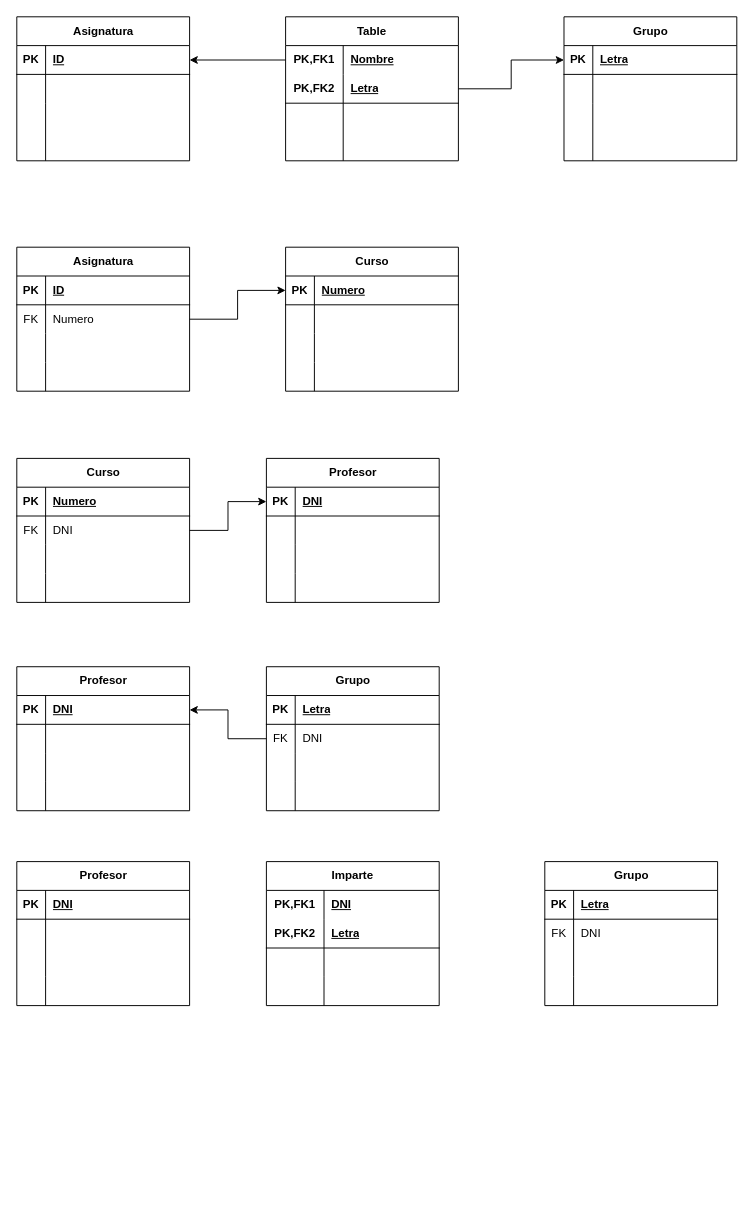
This is Unidad_1/Tareas/Tareas_entregables/Docente (MR-2)/Diagrama sin título.drawio from OxideVanadium/base_de_datos, a draw.io file, before an edit. Source tidied: cells renumbered, new cells numbered last; positions are measured from the earlier drawing's top-left corner, leaving out a move shared by most shapes. Both pictures are drawn from the tidied source at 96%, with x=0, y=0 at pixel (16, 16).
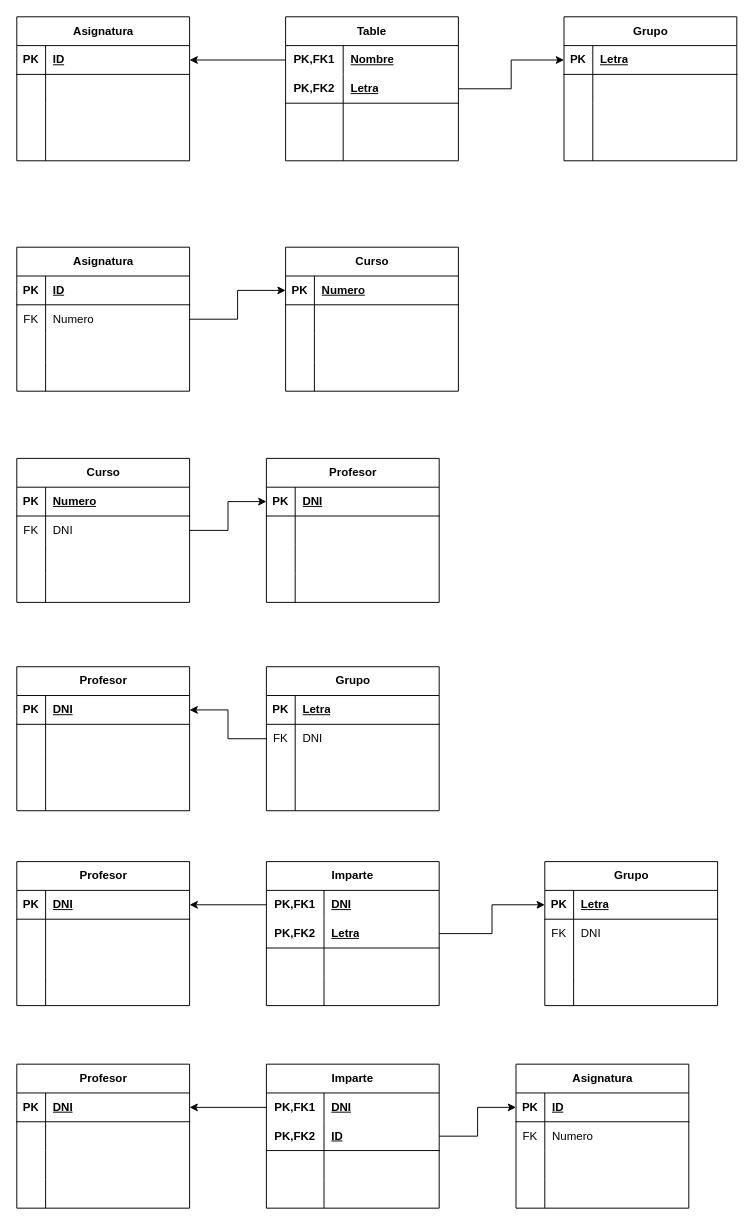
After the change.

Unchanged cells that the change refers to:
```xml
<mxCell id="125" style="shape=tableRow;horizontal=0;startSize=0;swimlaneHead=0;swimlaneBody=0;fillColor=none;points=[[0,0.5],[1,0.5]];portConstraint=eastwest;top=0;left=0;right=0;bottom=1;" parent="124" vertex="1">
  <mxGeometry y="30" width="180" height="30" as="geometry" />
</mxCell>
<mxCell id="138" style="shape=tableRow;horizontal=0;startSize=0;swimlaneHead=0;swimlaneBody=0;fillColor=none;points=[[0,0.5],[1,0.5]];portConstraint=eastwest;top=0;left=0;right=0;bottom=1;" parent="137" vertex="1">
  <mxGeometry y="30" width="180" height="30" as="geometry" />
</mxCell>
<mxCell id="150" value="Imparte" style="shape=table;startSize=30;childLayout=tableLayout;rowLines=0;fontStyle=1;align=center;html=1;whiteSpace=wrap;" parent="1" vertex="1">
  <mxGeometry x="260" y="880" width="180" height="150" as="geometry" />
</mxCell>
<mxCell id="151" style="shape=tableRow;horizontal=0;startSize=0;swimlaneHead=0;swimlaneBody=0;fillColor=none;points=[[0,0.5],[1,0.5]];portConstraint=eastwest;top=0;left=0;right=0;bottom=0;html=1;" parent="150" vertex="1">
  <mxGeometry y="30" width="180" height="30" as="geometry" />
</mxCell>
```

Change to the diagram source:
```diff
@@
+    <mxCell id="163" style="edgeStyle=orthogonalEdgeStyle;rounded=0;jettySize=auto;html=1;entryX=0;entryY=0.5;entryDx=0;entryDy=0;" parent="1" edge="1" source="150" target="138">
+      <mxGeometry relative="1" as="geometry" />
+    </mxCell>
@@
+    <mxCell id="164" style="edgeStyle=orthogonalEdgeStyle;rounded=0;jettySize=auto;html=1;entryX=1;entryY=0.5;entryDx=0;entryDy=0;" parent="1" edge="1" source="151" target="125">
+      <mxGeometry relative="1" as="geometry" />
+    </mxCell>
+    <mxCell id="165" value="Profesor" style="shape=table;startSize=30;childLayout=tableLayout;rowLines=0;fontStyle=1;align=center;html=1;" parent="1" vertex="1">
+      <mxGeometry y="1091" width="180" height="150" as="geometry" />
+    </mxCell>
+    <mxCell id="166" style="shape=tableRow;horizontal=0;startSize=0;swimlaneHead=0;swimlaneBody=0;fillColor=none;points=[[0,0.5],[1,0.5]];portConstraint=eastwest;top=0;left=0;right=0;bottom=1;" parent="165" vertex="1">
+      <mxGeometry y="30" width="180" height="30" as="geometry" />
+    </mxCell>
+    <mxCell id="167" value="PK" style="shape=partialRectangle;fillColor=none;top=0;left=0;bottom=0;right=0;fontStyle=1;overflow=hidden;whiteSpace=wrap;html=1;" parent="166" vertex="1">
+      <mxGeometry width="30" height="30" as="geometry" />
+    </mxCell>
+    <mxCell id="168" value="DNI" style="shape=partialRectangle;fillColor=none;top=0;left=0;bottom=0;right=0;align=left;spacingLeft=6;fontStyle=5;overflow=hidden;whiteSpace=wrap;html=1;" parent="166" vertex="1">
+      <mxGeometry x="30" width="150" height="30" as="geometry" />
+    </mxCell>
+    <mxCell id="169" style="shape=tableRow;horizontal=0;startSize=0;swimlaneHead=0;swimlaneBody=0;fillColor=none;top=0;left=0;right=0;bottom=0;" parent="165" vertex="1">
+      <mxGeometry y="60" width="180" height="30" as="geometry" />
+    </mxCell>
+    <mxCell id="170" style="shape=partialRectangle;fillColor=none;top=0;left=0;bottom=0;right=0;overflow=hidden;whiteSpace=wrap;html=1;" parent="169" vertex="1">
+      <mxGeometry width="30" height="30" as="geometry" />
+    </mxCell>
+    <mxCell id="171" style="shape=partialRectangle;fillColor=none;top=0;left=0;bottom=0;right=0;align=left;spacingLeft=6;overflow=hidden;whiteSpace=wrap;html=1;" parent="169" vertex="1">
+      <mxGeometry x="30" width="150" height="30" as="geometry" />
+    </mxCell>
+    <mxCell id="172" style="shape=tableRow;horizontal=0;startSize=0;swimlaneHead=0;swimlaneBody=0;fillColor=none;top=0;left=0;right=0;bottom=0;" parent="165" vertex="1">
+      <mxGeometry y="90" width="180" height="30" as="geometry" />
+    </mxCell>
+    <mxCell id="173" style="shape=partialRectangle;fillColor=none;top=0;left=0;bottom=0;right=0;overflow=hidden;whiteSpace=wrap;html=1;" parent="172" vertex="1">
+      <mxGeometry width="30" height="30" as="geometry" />
+    </mxCell>
+    <mxCell id="174" style="shape=partialRectangle;fillColor=none;top=0;left=0;bottom=0;right=0;align=left;spacingLeft=6;overflow=hidden;whiteSpace=wrap;html=1;" parent="172" vertex="1">
+      <mxGeometry x="30" width="150" height="30" as="geometry" />
+    </mxCell>
+    <mxCell id="175" style="shape=tableRow;horizontal=0;startSize=0;swimlaneHead=0;swimlaneBody=0;fillColor=none;top=0;left=0;right=0;bottom=0;" parent="165" vertex="1">
+      <mxGeometry y="120" width="180" height="30" as="geometry" />
+    </mxCell>
+    <mxCell id="176" style="shape=partialRectangle;fillColor=none;top=0;left=0;bottom=0;right=0;overflow=hidden;whiteSpace=wrap;html=1;" parent="175" vertex="1">
+      <mxGeometry width="30" height="30" as="geometry" />
+    </mxCell>
+    <mxCell id="177" style="shape=partialRectangle;fillColor=none;top=0;left=0;bottom=0;right=0;align=left;spacingLeft=6;overflow=hidden;whiteSpace=wrap;html=1;" parent="175" vertex="1">
+      <mxGeometry x="30" width="150" height="30" as="geometry" />
+    </mxCell>
+    <mxCell id="178" value="Imparte" style="shape=table;startSize=30;childLayout=tableLayout;rowLines=0;fontStyle=1;align=center;html=1;whiteSpace=wrap;" parent="1" vertex="1">
+      <mxGeometry x="260" y="1091" width="180" height="150" as="geometry" />
+    </mxCell>
+    <mxCell id="179" style="shape=tableRow;horizontal=0;startSize=0;swimlaneHead=0;swimlaneBody=0;fillColor=none;points=[[0,0.5],[1,0.5]];portConstraint=eastwest;top=0;left=0;right=0;bottom=0;html=1;" parent="178" vertex="1">
+      <mxGeometry y="30" width="180" height="30" as="geometry" />
+    </mxCell>
+    <mxCell id="180" value="PK,FK1" style="shape=partialRectangle;fillColor=none;top=0;left=0;bottom=0;right=0;fontStyle=1;overflow=hidden;html=1;whiteSpace=wrap;" parent="179" vertex="1">
+      <mxGeometry width="60" height="30" as="geometry" />
+    </mxCell>
+    <mxCell id="181" value="DNI" style="shape=partialRectangle;fillColor=none;top=0;left=0;bottom=0;right=0;align=left;spacingLeft=6;fontStyle=5;overflow=hidden;html=1;whiteSpace=wrap;" parent="179" vertex="1">
+      <mxGeometry x="60" width="120" height="30" as="geometry" />
+    </mxCell>
+    <mxCell id="182" style="shape=tableRow;horizontal=0;startSize=0;swimlaneHead=0;swimlaneBody=0;fillColor=none;points=[[0,0.5],[1,0.5]];portConstraint=eastwest;top=0;left=0;right=0;bottom=1;html=1;" parent="178" vertex="1">
+      <mxGeometry y="60" width="180" height="30" as="geometry" />
+    </mxCell>
+    <mxCell id="183" value="PK,FK2" style="shape=partialRectangle;fillColor=none;top=0;left=0;bottom=0;right=0;fontStyle=1;overflow=hidden;html=1;whiteSpace=wrap;" parent="182" vertex="1">
+      <mxGeometry width="60" height="30" as="geometry" />
+    </mxCell>
+    <mxCell id="184" value="ID" style="shape=partialRectangle;fillColor=none;top=0;left=0;bottom=0;right=0;align=left;spacingLeft=6;fontStyle=5;overflow=hidden;html=1;whiteSpace=wrap;" parent="182" vertex="1">
+      <mxGeometry x="60" width="120" height="30" as="geometry" />
+    </mxCell>
+    <mxCell id="185" style="shape=tableRow;horizontal=0;startSize=0;swimlaneHead=0;swimlaneBody=0;fillColor=none;top=0;left=0;right=0;bottom=0;html=1;" parent="178" vertex="1">
+      <mxGeometry y="90" width="180" height="30" as="geometry" />
+    </mxCell>
+    <mxCell id="186" style="shape=partialRectangle;fillColor=none;top=0;left=0;bottom=0;right=0;overflow=hidden;html=1;whiteSpace=wrap;" parent="185" vertex="1">
+      <mxGeometry width="60" height="30" as="geometry" />
+    </mxCell>
+    <mxCell id="187" style="shape=partialRectangle;fillColor=none;top=0;left=0;bottom=0;right=0;align=left;spacingLeft=6;overflow=hidden;html=1;whiteSpace=wrap;" parent="185" vertex="1">
+      <mxGeometry x="60" width="120" height="30" as="geometry" />
+    </mxCell>
+    <mxCell id="188" style="shape=tableRow;horizontal=0;startSize=0;swimlaneHead=0;swimlaneBody=0;fillColor=none;top=0;left=0;right=0;bottom=0;html=1;" parent="178" vertex="1">
+      <mxGeometry y="120" width="180" height="30" as="geometry" />
+    </mxCell>
+    <mxCell id="189" style="shape=partialRectangle;fillColor=none;top=0;left=0;bottom=0;right=0;overflow=hidden;html=1;whiteSpace=wrap;" parent="188" vertex="1">
+      <mxGeometry width="60" height="30" as="geometry" />
+    </mxCell>
+    <mxCell id="190" style="shape=partialRectangle;fillColor=none;top=0;left=0;bottom=0;right=0;align=left;spacingLeft=6;overflow=hidden;html=1;whiteSpace=wrap;" parent="188" vertex="1">
+      <mxGeometry x="60" width="120" height="30" as="geometry" />
+    </mxCell>
+    <mxCell id="191" value="Asignatura" style="shape=table;startSize=30;childLayout=tableLayout;rowLines=0;fontStyle=1;align=center;html=1;" parent="1" vertex="1">
+      <mxGeometry x="520" y="1091" width="180" height="150" as="geometry" />
+    </mxCell>
+    <mxCell id="192" style="shape=tableRow;horizontal=0;startSize=0;swimlaneHead=0;swimlaneBody=0;fillColor=none;points=[[0,0.5],[1,0.5]];portConstraint=eastwest;top=0;left=0;right=0;bottom=1;" parent="191" vertex="1">
+      <mxGeometry y="30" width="180" height="30" as="geometry" />
+    </mxCell>
+    <mxCell id="193" value="PK" style="shape=partialRectangle;fillColor=none;top=0;left=0;bottom=0;right=0;fontStyle=1;overflow=hidden;whiteSpace=wrap;html=1;" parent="192" vertex="1">
+      <mxGeometry width="30" height="30" as="geometry" />
+    </mxCell>
+    <mxCell id="194" value="ID" style="shape=partialRectangle;fillColor=none;top=0;left=0;bottom=0;right=0;align=left;spacingLeft=6;fontStyle=5;overflow=hidden;whiteSpace=wrap;html=1;" parent="192" vertex="1">
+      <mxGeometry x="30" width="150" height="30" as="geometry" />
+    </mxCell>
+    <mxCell id="195" style="shape=tableRow;horizontal=0;startSize=0;swimlaneHead=0;swimlaneBody=0;fillColor=none;top=0;left=0;right=0;bottom=0;" parent="191" vertex="1">
+      <mxGeometry y="60" width="180" height="30" as="geometry" />
+    </mxCell>
+    <mxCell id="196" value="FK" style="shape=partialRectangle;fillColor=none;top=0;left=0;bottom=0;right=0;overflow=hidden;whiteSpace=wrap;html=1;" parent="195" vertex="1">
+      <mxGeometry width="30" height="30" as="geometry" />
+    </mxCell>
+    <mxCell id="197" value="Numero" style="shape=partialRectangle;fillColor=none;top=0;left=0;bottom=0;right=0;align=left;spacingLeft=6;overflow=hidden;whiteSpace=wrap;html=1;" parent="195" vertex="1">
+      <mxGeometry x="30" width="150" height="30" as="geometry" />
+    </mxCell>
+    <mxCell id="198" style="shape=tableRow;horizontal=0;startSize=0;swimlaneHead=0;swimlaneBody=0;fillColor=none;top=0;left=0;right=0;bottom=0;" parent="191" vertex="1">
+      <mxGeometry y="90" width="180" height="30" as="geometry" />
+    </mxCell>
+    <mxCell id="199" style="shape=partialRectangle;fillColor=none;top=0;left=0;bottom=0;right=0;overflow=hidden;whiteSpace=wrap;html=1;" parent="198" vertex="1">
+      <mxGeometry width="30" height="30" as="geometry" />
+    </mxCell>
+    <mxCell id="200" style="shape=partialRectangle;fillColor=none;top=0;left=0;bottom=0;right=0;align=left;spacingLeft=6;overflow=hidden;whiteSpace=wrap;html=1;" parent="198" vertex="1">
+      <mxGeometry x="30" width="150" height="30" as="geometry" />
+    </mxCell>
+    <mxCell id="201" style="shape=tableRow;horizontal=0;startSize=0;swimlaneHead=0;swimlaneBody=0;fillColor=none;top=0;left=0;right=0;bottom=0;" parent="191" vertex="1">
+      <mxGeometry y="120" width="180" height="30" as="geometry" />
+    </mxCell>
+    <mxCell id="202" style="shape=partialRectangle;fillColor=none;top=0;left=0;bottom=0;right=0;overflow=hidden;whiteSpace=wrap;html=1;" parent="201" vertex="1">
+      <mxGeometry width="30" height="30" as="geometry" />
+    </mxCell>
+    <mxCell id="203" style="shape=partialRectangle;fillColor=none;top=0;left=0;bottom=0;right=0;align=left;spacingLeft=6;overflow=hidden;whiteSpace=wrap;html=1;" parent="201" vertex="1">
+      <mxGeometry x="30" width="150" height="30" as="geometry" />
+    </mxCell>
+    <mxCell id="204" style="edgeStyle=orthogonalEdgeStyle;rounded=0;jettySize=auto;html=1;" parent="1" edge="1" source="179" target="166">
+      <mxGeometry relative="1" as="geometry" />
+    </mxCell>
+    <mxCell id="205" style="edgeStyle=orthogonalEdgeStyle;rounded=0;jettySize=auto;html=1;" parent="1" edge="1" source="182" target="192">
+      <mxGeometry relative="1" as="geometry" />
+    </mxCell>
```
